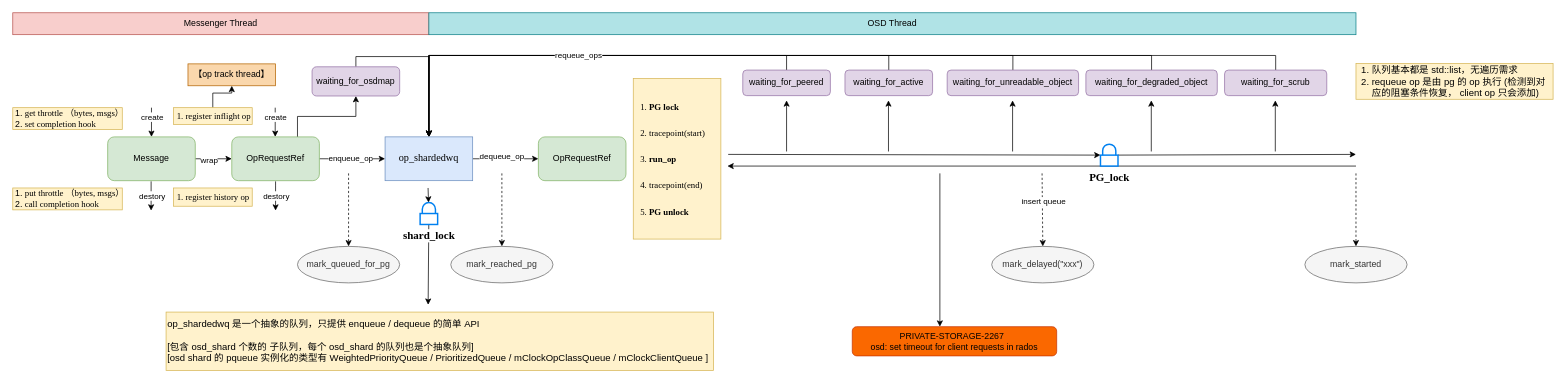
Earlier version of the draw.io diagram OSDRequest.drawio (1253757553/drawIO). Source tidied: cells renumbered, new cells numbered last; positions are measured from the earlier drawing's top-left corner, leaving out a move shared by most shapes. Both pictures are drawn from the tidied source at 73%, with x=0, y=0 at pixel (12, 12).
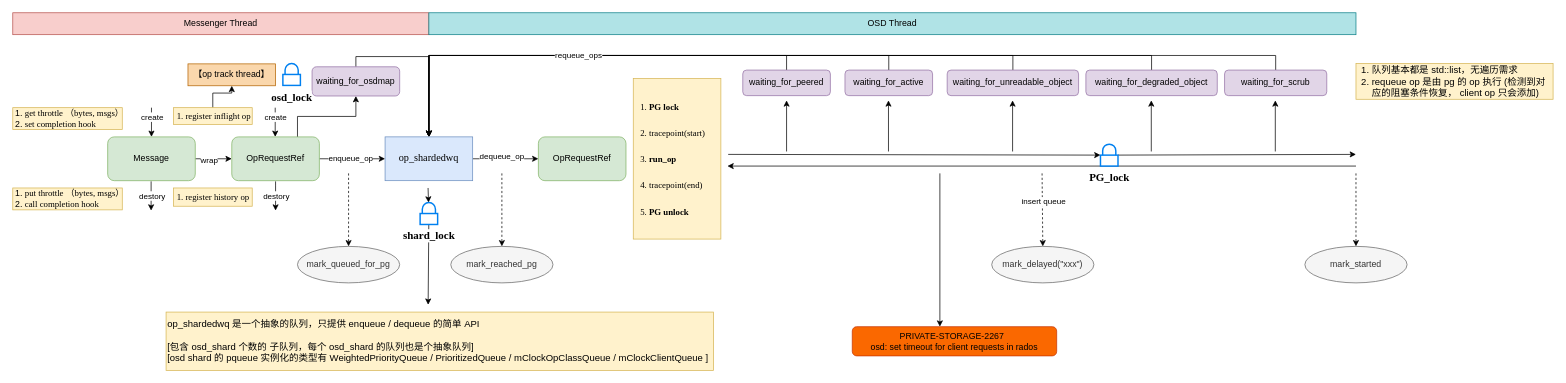
The same page after the edit.

The edit, as a diff of the source:
```diff
@@
+    <mxCell id="68" value="&lt;font size=&quot;1&quot; face=&quot;Times New Roman&quot; style=&quot;&quot;&gt;&lt;b style=&quot;font-size: 15px;&quot;&gt;osd_lock&lt;/b&gt;&lt;/font&gt;" style="html=1;verticalLabelPosition=bottom;align=center;labelBackgroundColor=#ffffff;verticalAlign=top;strokeWidth=2;strokeColor=#0080F0;shadow=0;dashed=0;shape=mxgraph.ios7.icons.locked;" parent="1" vertex="1">
+      <mxGeometry x="370" y="69.5" width="24" height="30" as="geometry" />
+    </mxCell>
```
